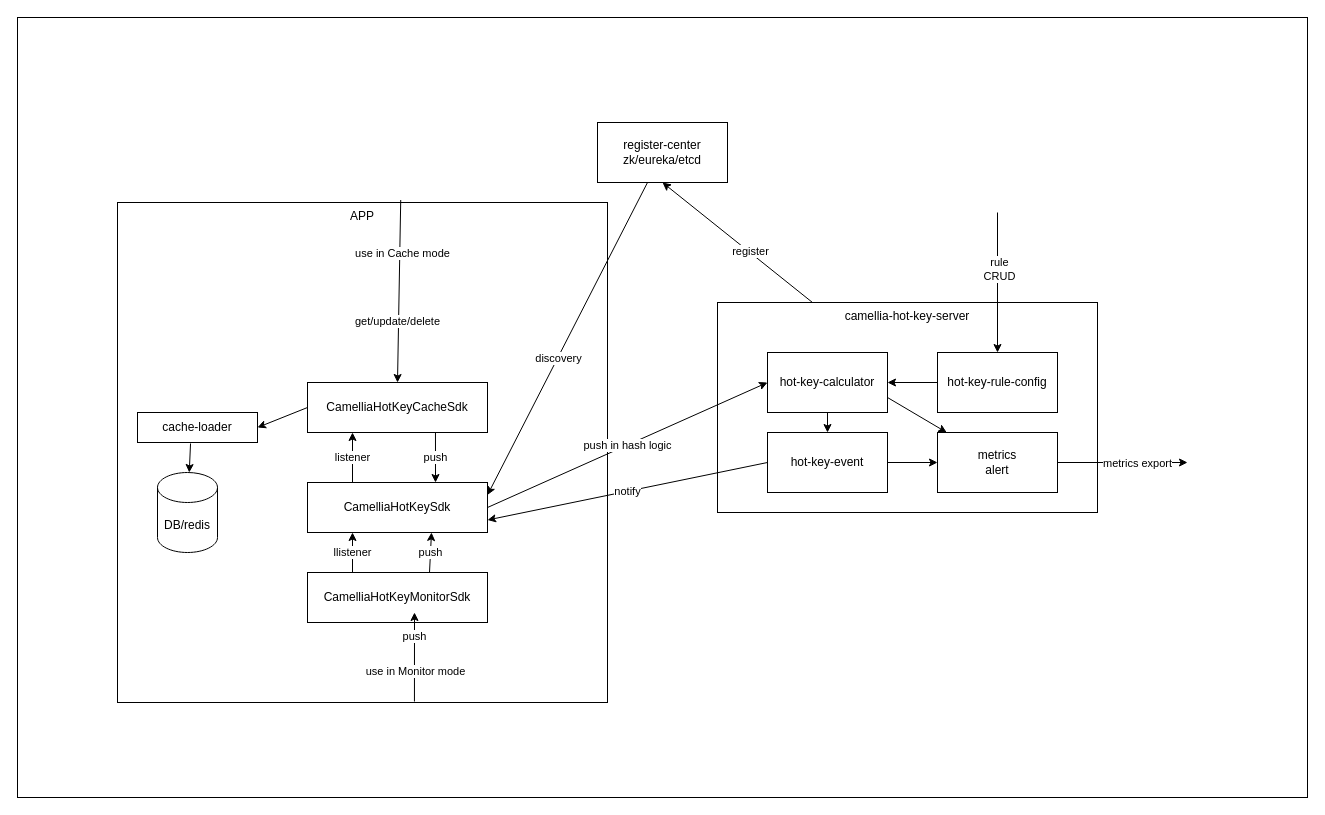
Before: docs/hot-key/hot-key.drawio in netease-im/camellia, a draw.io diagram. Source tidied: cells renumbered, new cells numbered last; positions are measured from the earlier drawing's top-left corner, leaving out a move shared by most shapes. Both pictures are drawn from the tidied source at 100%, with x=0, y=0 at pixel (17, 17).
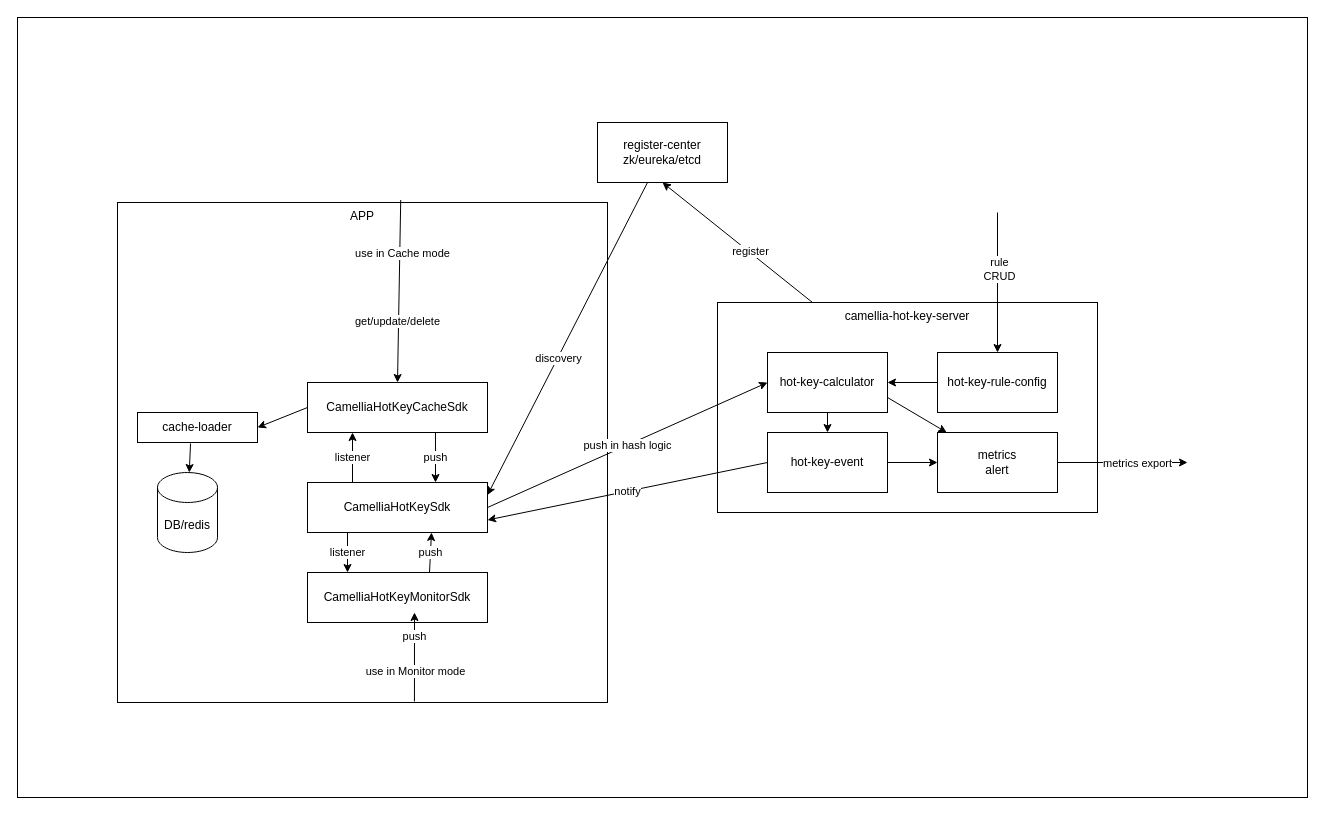
Above is the later version.

The change refers to these unchanged cells:
```xml
<mxCell id="4" value="CamelliaHotKeySdk" style="rounded=0;whiteSpace=wrap;html=1;" parent="1" vertex="1">
  <mxGeometry x="290" y="465" width="180" height="50" as="geometry" />
</mxCell>
<mxCell id="34" value="CamelliaHotKeyMonitorSdk" style="rounded=0;whiteSpace=wrap;html=1;" parent="1" vertex="1">
  <mxGeometry x="290" y="555" width="180" height="50" as="geometry" />
</mxCell>
```

Change to the diagram source:
```diff
@@
-    <mxCell id="39" value="llistener" style="endArrow=classic;html=1;rounded=0;exitX=0.25;exitY=0;exitDx=0;exitDy=0;entryX=0.25;entryY=1;entryDx=0;entryDy=0;" parent="1" edge="1" source="34" target="4">
-      <mxGeometry relative="1" as="geometry" />
-    </mxCell>
+    <mxCell id="40" value="listener" style="endArrow=classic;html=1;rounded=0;" parent="1" edge="1">
+      <mxGeometry relative="1" as="geometry">
+        <mxPoint x="330" y="515" as="sourcePoint" />
+        <mxPoint x="330" y="555" as="targetPoint" />
+      </mxGeometry>
+    </mxCell>
```
